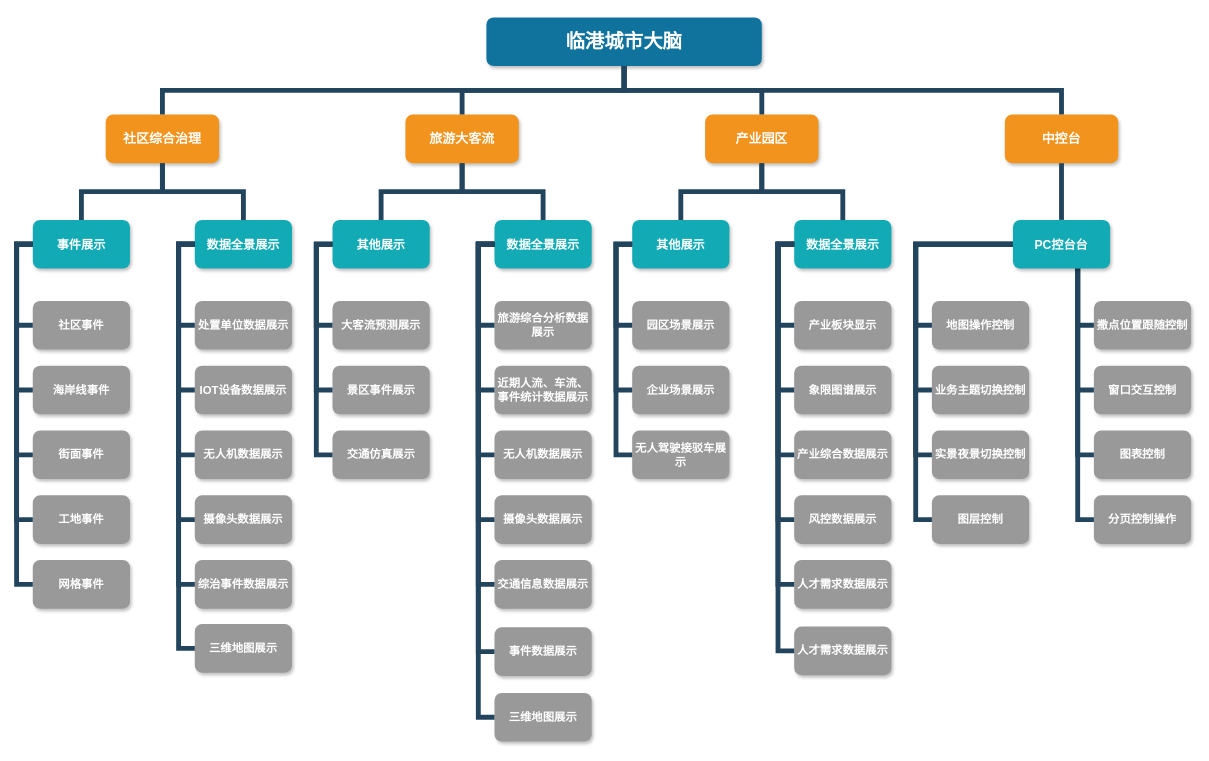
The draw.io diagram Lingang structure.drawio in DeanTuYu/DrawIo, before the edit. Source tidied: cells renumbered, new cells numbered last; positions are measured from the earlier drawing's top-left corner, leaving out a move shared by most shapes. Both pictures are drawn from the tidied source at 81%, with x=0, y=0 at pixel (16, 17).
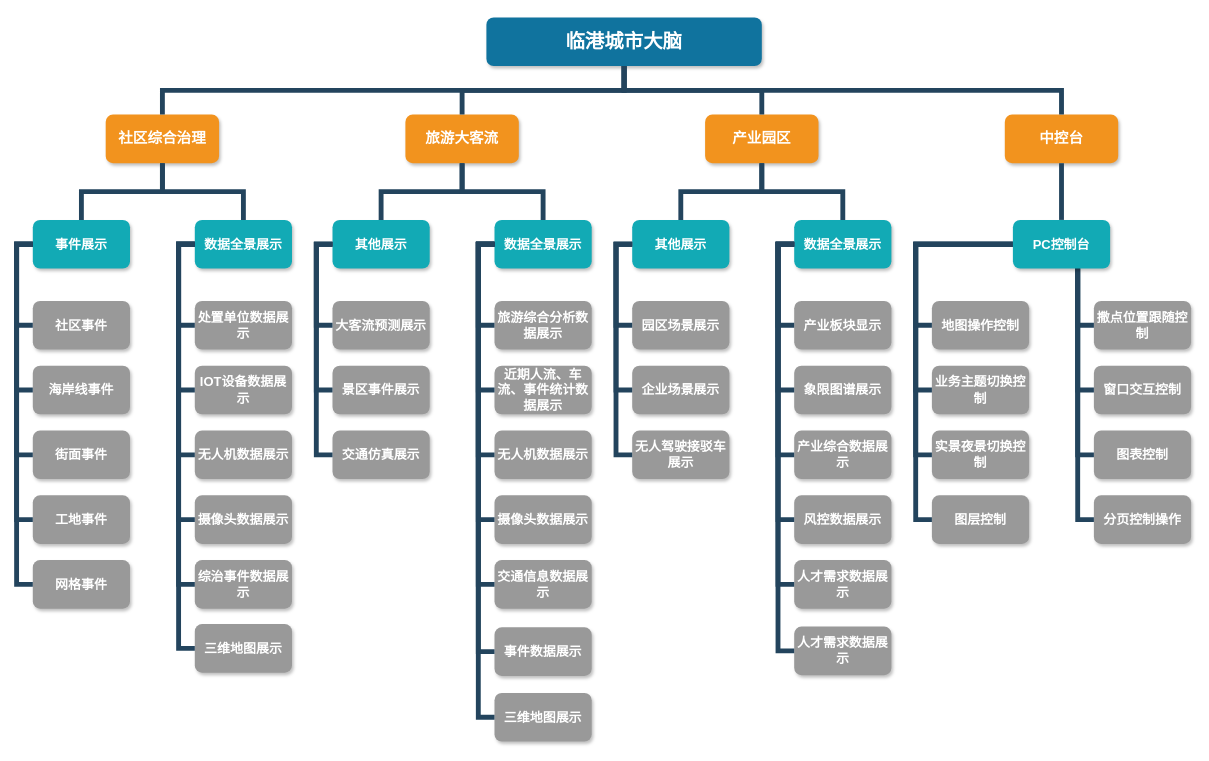
The same page after the edit.

The edit, as a diff of the source:
```diff
@@
-    <mxCell id="3" value="社区综合治理" style="whiteSpace=wrap;rounded=1;fillColor=#F2931E;strokeColor=none;shadow=1;fontColor=#FFFFFF;fontStyle=1;fontSize=16;strokeWidth=6;" parent="1" vertex="1">
+    <mxCell id="3" value="社区综合治理" style="whiteSpace=wrap;rounded=1;fillColor=#F2931E;strokeColor=none;shadow=1;fontColor=#FFFFFF;fontStyle=1;fontSize=18;strokeWidth=6;" parent="1" vertex="1">
       <mxGeometry x="110" y="120" width="140" height="60" as="geometry" />
     </mxCell>
-    <mxCell id="4" value="旅游大客流" style="whiteSpace=wrap;rounded=1;fillColor=#F2931E;strokeColor=none;shadow=1;fontColor=#FFFFFF;fontStyle=1;fontSize=16;strokeWidth=6;" parent="1" vertex="1">
+    <mxCell id="4" value="旅游大客流" style="whiteSpace=wrap;rounded=1;fillColor=#F2931E;strokeColor=none;shadow=1;fontColor=#FFFFFF;fontStyle=1;fontSize=18;strokeWidth=6;" parent="1" vertex="1">
       <mxGeometry x="480" y="120" width="140" height="60" as="geometry" />
     </mxCell>
-    <mxCell id="5" value="产业园区" style="whiteSpace=wrap;rounded=1;fillColor=#F2931E;strokeColor=none;shadow=1;fontColor=#FFFFFF;fontStyle=1;fontSize=16;strokeWidth=6;" parent="1" vertex="1">
+    <mxCell id="5" value="产业园区" style="whiteSpace=wrap;rounded=1;fillColor=#F2931E;strokeColor=none;shadow=1;fontColor=#FFFFFF;fontStyle=1;fontSize=18;strokeWidth=6;" parent="1" vertex="1">
       <mxGeometry x="850" y="120" width="140" height="60" as="geometry" />
     </mxCell>
-    <mxCell id="6" value="中控台" style="whiteSpace=wrap;rounded=1;fillColor=#F2931E;strokeColor=none;shadow=1;fontColor=#FFFFFF;fontStyle=1;fontSize=16;strokeWidth=6;" parent="1" vertex="1">
+    <mxCell id="6" value="中控台" style="whiteSpace=wrap;rounded=1;fillColor=#F2931E;strokeColor=none;shadow=1;fontColor=#FFFFFF;fontStyle=1;fontSize=18;strokeWidth=6;" parent="1" vertex="1">
       <mxGeometry x="1220" y="120" width="140" height="60" as="geometry" />
     </mxCell>
-    <mxCell id="7" value="事件展示" style="whiteSpace=wrap;rounded=1;fillColor=#12AAB5;strokeColor=none;shadow=1;fontColor=#FFFFFF;strokeWidth=8;fontSize=15;fontStyle=1;" parent="1" vertex="1">
+    <mxCell id="7" value="事件展示" style="whiteSpace=wrap;rounded=1;fillColor=#12AAB5;strokeColor=none;shadow=1;fontColor=#FFFFFF;strokeWidth=8;fontSize=16;fontStyle=1;" parent="1" vertex="1">
       <mxGeometry x="20" y="250" width="120" height="60" as="geometry" />
     </mxCell>
-    <mxCell id="8" value="数据全景展示" style="whiteSpace=wrap;rounded=1;fillColor=#12AAB5;strokeColor=none;shadow=1;fontColor=#FFFFFF;strokeWidth=6;fontStyle=1;fontSize=15;" parent="1" vertex="1">
+    <mxCell id="8" value="数据全景展示" style="whiteSpace=wrap;rounded=1;fillColor=#12AAB5;strokeColor=none;shadow=1;fontColor=#FFFFFF;strokeWidth=6;fontStyle=1;fontSize=16;" parent="1" vertex="1">
       <mxGeometry x="220" y="250" width="120" height="60" as="geometry" />
     </mxCell>
-    <mxCell id="9" value="社区事件" style="whiteSpace=wrap;rounded=1;fillColor=#999999;strokeColor=none;shadow=1;fontColor=#FFFFFF;fontStyle=1;strokeWidth=8;fontSize=14;" parent="1" vertex="1">
+    <mxCell id="9" value="社区事件" style="whiteSpace=wrap;rounded=1;fillColor=#999999;strokeColor=none;shadow=1;fontColor=#FFFFFF;fontStyle=1;strokeWidth=8;fontSize=16;" parent="1" vertex="1">
       <mxGeometry x="20" y="350" width="120" height="60" as="geometry" />
     </mxCell>
-    <mxCell id="10" value="海岸线事件" style="whiteSpace=wrap;rounded=1;fillColor=#999999;strokeColor=none;shadow=1;fontColor=#FFFFFF;fontStyle=1;strokeWidth=8;fontSize=14;" parent="1" vertex="1">
+    <mxCell id="10" value="海岸线事件" style="whiteSpace=wrap;rounded=1;fillColor=#999999;strokeColor=none;shadow=1;fontColor=#FFFFFF;fontStyle=1;strokeWidth=8;fontSize=16;" parent="1" vertex="1">
       <mxGeometry x="20" y="430" width="120" height="60" as="geometry" />
     </mxCell>
-    <mxCell id="11" value="街面事件" style="whiteSpace=wrap;rounded=1;fillColor=#999999;strokeColor=none;shadow=1;fontColor=#FFFFFF;fontStyle=1;strokeWidth=8;fontSize=14;" parent="1" vertex="1">
+    <mxCell id="11" value="街面事件" style="whiteSpace=wrap;rounded=1;fillColor=#999999;strokeColor=none;shadow=1;fontColor=#FFFFFF;fontStyle=1;strokeWidth=8;fontSize=16;" parent="1" vertex="1">
       <mxGeometry x="20" y="510" width="120" height="60" as="geometry" />
     </mxCell>
-    <mxCell id="12" value="工地事件" style="whiteSpace=wrap;rounded=1;fillColor=#999999;strokeColor=none;shadow=1;fontColor=#FFFFFF;fontStyle=1;strokeWidth=8;fontSize=14;" parent="1" vertex="1">
+    <mxCell id="12" value="工地事件" style="whiteSpace=wrap;rounded=1;fillColor=#999999;strokeColor=none;shadow=1;fontColor=#FFFFFF;fontStyle=1;strokeWidth=8;fontSize=16;" parent="1" vertex="1">
       <mxGeometry x="20" y="590" width="120" height="60" as="geometry" />
     </mxCell>
-    <mxCell id="13" value="网格事件" style="whiteSpace=wrap;rounded=1;fillColor=#999999;strokeColor=none;shadow=1;fontColor=#FFFFFF;fontStyle=1;strokeWidth=8;fontSize=14;" parent="1" vertex="1">
+    <mxCell id="13" value="网格事件" style="whiteSpace=wrap;rounded=1;fillColor=#999999;strokeColor=none;shadow=1;fontColor=#FFFFFF;fontStyle=1;strokeWidth=8;fontSize=16;" parent="1" vertex="1">
       <mxGeometry x="20" y="670" width="120" height="60" as="geometry" />
     </mxCell>
-    <mxCell id="14" value="处置单位数据展示" style="whiteSpace=wrap;rounded=1;fillColor=#999999;strokeColor=none;shadow=1;fontColor=#FFFFFF;fontStyle=1;strokeWidth=6;fontSize=14;" parent="1" vertex="1">
+    <mxCell id="14" value="处置单位数据展示" style="whiteSpace=wrap;rounded=1;fillColor=#999999;strokeColor=none;shadow=1;fontColor=#FFFFFF;fontStyle=1;strokeWidth=6;fontSize=16;" parent="1" vertex="1">
       <mxGeometry x="220" y="350" width="120" height="60" as="geometry" />
     </mxCell>
-    <mxCell id="15" value="IOT设备数据展示" style="whiteSpace=wrap;rounded=1;fillColor=#999999;strokeColor=none;shadow=1;fontColor=#FFFFFF;fontStyle=1;strokeWidth=6;fontSize=14;" parent="1" vertex="1">
+    <mxCell id="15" value="IOT设备数据展示" style="whiteSpace=wrap;rounded=1;fillColor=#999999;strokeColor=none;shadow=1;fontColor=#FFFFFF;fontStyle=1;strokeWidth=6;fontSize=16;" parent="1" vertex="1">
       <mxGeometry x="220" y="430" width="120" height="60" as="geometry" />
     </mxCell>
-    <mxCell id="16" value="无人机数据展示" style="whiteSpace=wrap;rounded=1;fillColor=#999999;strokeColor=none;shadow=1;fontColor=#FFFFFF;fontStyle=1;strokeWidth=6;fontSize=14;" parent="1" vertex="1">
+    <mxCell id="16" value="无人机数据展示" style="whiteSpace=wrap;rounded=1;fillColor=#999999;strokeColor=none;shadow=1;fontColor=#FFFFFF;fontStyle=1;strokeWidth=6;fontSize=16;" parent="1" vertex="1">
       <mxGeometry x="220" y="510" width="120" height="60" as="geometry" />
     </mxCell>
-    <mxCell id="17" value="摄像头数据展示" style="whiteSpace=wrap;rounded=1;fillColor=#999999;strokeColor=none;shadow=1;fontColor=#FFFFFF;fontStyle=1;strokeWidth=6;fontSize=14;" parent="1" vertex="1">
+    <mxCell id="17" value="摄像头数据展示" style="whiteSpace=wrap;rounded=1;fillColor=#999999;strokeColor=none;shadow=1;fontColor=#FFFFFF;fontStyle=1;strokeWidth=6;fontSize=16;" parent="1" vertex="1">
       <mxGeometry x="220" y="590" width="120" height="60" as="geometry" />
     </mxCell>
-    <mxCell id="18" value="综治事件数据展示" style="whiteSpace=wrap;rounded=1;fillColor=#999999;strokeColor=none;shadow=1;fontColor=#FFFFFF;fontStyle=1;strokeWidth=6;fontSize=14;" parent="1" vertex="1">
+    <mxCell id="18" value="综治事件数据展示" style="whiteSpace=wrap;rounded=1;fillColor=#999999;strokeColor=none;shadow=1;fontColor=#FFFFFF;fontStyle=1;strokeWidth=6;fontSize=16;" parent="1" vertex="1">
       <mxGeometry x="220" y="670" width="120" height="60" as="geometry" />
     </mxCell>
-    <mxCell id="19" value="三维地图展示" style="whiteSpace=wrap;rounded=1;fillColor=#999999;strokeColor=none;shadow=1;fontColor=#FFFFFF;fontStyle=1;strokeWidth=6;fontSize=14;" parent="1" vertex="1">
+    <mxCell id="19" value="三维地图展示" style="whiteSpace=wrap;rounded=1;fillColor=#999999;strokeColor=none;shadow=1;fontColor=#FFFFFF;fontStyle=1;strokeWidth=6;fontSize=16;" parent="1" vertex="1">
       <mxGeometry x="220" y="749" width="120" height="60" as="geometry" />
     </mxCell>
@@
-    <mxCell id="32" value="其他展示" style="whiteSpace=wrap;rounded=1;fillColor=#12AAB5;strokeColor=none;shadow=1;fontColor=#FFFFFF;strokeWidth=6;fontStyle=1;fontSize=15;" parent="1" vertex="1">
+    <mxCell id="32" value="其他展示" style="whiteSpace=wrap;rounded=1;fillColor=#12AAB5;strokeColor=none;shadow=1;fontColor=#FFFFFF;strokeWidth=6;fontStyle=1;fontSize=16;" parent="1" vertex="1">
       <mxGeometry x="390" y="250" width="120" height="60" as="geometry" />
     </mxCell>
-    <mxCell id="33" value="数据全景展示" style="whiteSpace=wrap;rounded=1;fillColor=#12AAB5;strokeColor=none;shadow=1;fontColor=#FFFFFF;strokeWidth=6;fontStyle=1;fontSize=15;" parent="1" vertex="1">
+    <mxCell id="33" value="数据全景展示" style="whiteSpace=wrap;rounded=1;fillColor=#12AAB5;strokeColor=none;shadow=1;fontColor=#FFFFFF;strokeWidth=6;fontStyle=1;fontSize=16;" parent="1" vertex="1">
       <mxGeometry x="590" y="250" width="120" height="60" as="geometry" />
     </mxCell>
-    <mxCell id="34" value="大客流预测展示" style="whiteSpace=wrap;rounded=1;fillColor=#999999;strokeColor=none;shadow=1;fontColor=#FFFFFF;fontStyle=1;strokeWidth=6;fontSize=14;" parent="1" vertex="1">
+    <mxCell id="34" value="大客流预测展示" style="whiteSpace=wrap;rounded=1;fillColor=#999999;strokeColor=none;shadow=1;fontColor=#FFFFFF;fontStyle=1;strokeWidth=6;fontSize=16;" parent="1" vertex="1">
       <mxGeometry x="390" y="350" width="120" height="60" as="geometry" />
     </mxCell>
-    <mxCell id="35" value="景区事件展示" style="whiteSpace=wrap;rounded=1;fillColor=#999999;strokeColor=none;shadow=1;fontColor=#FFFFFF;fontStyle=1;strokeWidth=6;fontSize=14;" parent="1" vertex="1">
+    <mxCell id="35" value="景区事件展示" style="whiteSpace=wrap;rounded=1;fillColor=#999999;strokeColor=none;shadow=1;fontColor=#FFFFFF;fontStyle=1;strokeWidth=6;fontSize=16;" parent="1" vertex="1">
       <mxGeometry x="390" y="430" width="120" height="60" as="geometry" />
     </mxCell>
-    <mxCell id="36" value="交通仿真展示" style="whiteSpace=wrap;rounded=1;fillColor=#999999;strokeColor=none;shadow=1;fontColor=#FFFFFF;fontStyle=1;strokeWidth=6;fontSize=14;" parent="1" vertex="1">
+    <mxCell id="36" value="交通仿真展示" style="whiteSpace=wrap;rounded=1;fillColor=#999999;strokeColor=none;shadow=1;fontColor=#FFFFFF;fontStyle=1;strokeWidth=6;fontSize=16;" parent="1" vertex="1">
       <mxGeometry x="390" y="510" width="120" height="60" as="geometry" />
     </mxCell>
-    <mxCell id="37" value="旅游综合分析数据展示" style="whiteSpace=wrap;rounded=1;fillColor=#999999;strokeColor=none;shadow=1;fontColor=#FFFFFF;fontStyle=1;strokeWidth=6;fontSize=14;" parent="1" vertex="1">
+    <mxCell id="37" value="旅游综合分析数据展示" style="whiteSpace=wrap;rounded=1;fillColor=#999999;strokeColor=none;shadow=1;fontColor=#FFFFFF;fontStyle=1;strokeWidth=6;fontSize=16;" parent="1" vertex="1">
       <mxGeometry x="590" y="350" width="120" height="60" as="geometry" />
     </mxCell>
-    <mxCell id="38" value="近期人流、车流、事件统计数据展示" style="whiteSpace=wrap;rounded=1;fillColor=#999999;strokeColor=none;shadow=1;fontColor=#FFFFFF;fontStyle=1;strokeWidth=6;fontSize=14;" parent="1" vertex="1">
+    <mxCell id="38" value="近期人流、车流、事件统计数据展示" style="whiteSpace=wrap;rounded=1;fillColor=#999999;strokeColor=none;shadow=1;fontColor=#FFFFFF;fontStyle=1;strokeWidth=6;fontSize=16;" parent="1" vertex="1">
       <mxGeometry x="590" y="430" width="120" height="60" as="geometry" />
     </mxCell>
-    <mxCell id="39" value="无人机数据展示" style="whiteSpace=wrap;rounded=1;fillColor=#999999;strokeColor=none;shadow=1;fontColor=#FFFFFF;fontStyle=1;strokeWidth=6;fontSize=14;" parent="1" vertex="1">
+    <mxCell id="39" value="无人机数据展示" style="whiteSpace=wrap;rounded=1;fillColor=#999999;strokeColor=none;shadow=1;fontColor=#FFFFFF;fontStyle=1;strokeWidth=6;fontSize=16;" parent="1" vertex="1">
       <mxGeometry x="590" y="510" width="120" height="60" as="geometry" />
     </mxCell>
-    <mxCell id="40" value="摄像头数据展示" style="whiteSpace=wrap;rounded=1;fillColor=#999999;strokeColor=none;shadow=1;fontColor=#FFFFFF;fontStyle=1;strokeWidth=6;fontSize=14;" parent="1" vertex="1">
+    <mxCell id="40" value="摄像头数据展示" style="whiteSpace=wrap;rounded=1;fillColor=#999999;strokeColor=none;shadow=1;fontColor=#FFFFFF;fontStyle=1;strokeWidth=6;fontSize=16;" parent="1" vertex="1">
       <mxGeometry x="590" y="590" width="120" height="60" as="geometry" />
     </mxCell>
-    <mxCell id="41" value="交通信息数据展示" style="whiteSpace=wrap;rounded=1;fillColor=#999999;strokeColor=none;shadow=1;fontColor=#FFFFFF;fontStyle=1;strokeWidth=6;fontSize=14;" parent="1" vertex="1">
+    <mxCell id="41" value="交通信息数据展示" style="whiteSpace=wrap;rounded=1;fillColor=#999999;strokeColor=none;shadow=1;fontColor=#FFFFFF;fontStyle=1;strokeWidth=6;fontSize=16;" parent="1" vertex="1">
       <mxGeometry x="590" y="670" width="120" height="60" as="geometry" />
     </mxCell>
-    <mxCell id="42" value="事件数据展示" style="whiteSpace=wrap;rounded=1;fillColor=#999999;strokeColor=none;shadow=1;fontColor=#FFFFFF;fontStyle=1;strokeWidth=6;fontSize=14;" parent="1" vertex="1">
+    <mxCell id="42" value="事件数据展示" style="whiteSpace=wrap;rounded=1;fillColor=#999999;strokeColor=none;shadow=1;fontColor=#FFFFFF;fontStyle=1;strokeWidth=6;fontSize=16;" parent="1" vertex="1">
       <mxGeometry x="590" y="753" width="120" height="60" as="geometry" />
     </mxCell>
-    <mxCell id="43" value="三维地图展示" style="whiteSpace=wrap;rounded=1;fillColor=#999999;strokeColor=none;shadow=1;fontColor=#FFFFFF;fontStyle=1;strokeWidth=6;fontSize=14;" parent="1" vertex="1">
+    <mxCell id="43" value="三维地图展示" style="whiteSpace=wrap;rounded=1;fillColor=#999999;strokeColor=none;shadow=1;fontColor=#FFFFFF;fontStyle=1;strokeWidth=6;fontSize=16;" parent="1" vertex="1">
       <mxGeometry x="590" y="834" width="120" height="60" as="geometry" />
     </mxCell>
@@
-    <mxCell id="52" value="其他展示" style="whiteSpace=wrap;rounded=1;fillColor=#12AAB5;strokeColor=none;shadow=1;fontColor=#FFFFFF;strokeWidth=6;fontSize=15;fontStyle=1;" parent="1" vertex="1">
+    <mxCell id="52" value="其他展示" style="whiteSpace=wrap;rounded=1;fillColor=#12AAB5;strokeColor=none;shadow=1;fontColor=#FFFFFF;strokeWidth=6;fontSize=16;fontStyle=1;" parent="1" vertex="1">
       <mxGeometry x="760" y="250" width="120" height="60" as="geometry" />
     </mxCell>
-    <mxCell id="53" value="数据全景展示" style="whiteSpace=wrap;rounded=1;fillColor=#12AAB5;strokeColor=none;shadow=1;fontColor=#FFFFFF;strokeWidth=6;fontSize=15;fontStyle=1;" parent="1" vertex="1">
+    <mxCell id="53" value="数据全景展示" style="whiteSpace=wrap;rounded=1;fillColor=#12AAB5;strokeColor=none;shadow=1;fontColor=#FFFFFF;strokeWidth=6;fontSize=16;fontStyle=1;" parent="1" vertex="1">
       <mxGeometry x="960" y="250" width="120" height="60" as="geometry" />
     </mxCell>
-    <mxCell id="54" value="园区场景展示" style="whiteSpace=wrap;rounded=1;fillColor=#999999;strokeColor=none;shadow=1;fontColor=#FFFFFF;fontStyle=1;strokeWidth=6;fontSize=14;" parent="1" vertex="1">
+    <mxCell id="54" value="园区场景展示" style="whiteSpace=wrap;rounded=1;fillColor=#999999;strokeColor=none;shadow=1;fontColor=#FFFFFF;fontStyle=1;strokeWidth=6;fontSize=16;" parent="1" vertex="1">
       <mxGeometry x="760" y="350" width="120" height="60" as="geometry" />
     </mxCell>
-    <mxCell id="55" value="企业场景展示" style="whiteSpace=wrap;rounded=1;fillColor=#999999;strokeColor=none;shadow=1;fontColor=#FFFFFF;fontStyle=1;strokeWidth=6;fontSize=14;" parent="1" vertex="1">
+    <mxCell id="55" value="企业场景展示" style="whiteSpace=wrap;rounded=1;fillColor=#999999;strokeColor=none;shadow=1;fontColor=#FFFFFF;fontStyle=1;strokeWidth=6;fontSize=16;" parent="1" vertex="1">
       <mxGeometry x="760" y="430" width="120" height="60" as="geometry" />
     </mxCell>
-    <mxCell id="56" value="无人驾驶接驳车展示" style="whiteSpace=wrap;rounded=1;fillColor=#999999;strokeColor=none;shadow=1;fontColor=#FFFFFF;fontStyle=1;strokeWidth=6;fontSize=14;" parent="1" vertex="1">
+    <mxCell id="56" value="无人驾驶接驳车展示" style="whiteSpace=wrap;rounded=1;fillColor=#999999;strokeColor=none;shadow=1;fontColor=#FFFFFF;fontStyle=1;strokeWidth=6;fontSize=16;" parent="1" vertex="1">
       <mxGeometry x="760" y="510" width="120" height="60" as="geometry" />
     </mxCell>
-    <mxCell id="57" value="产业板块显示" style="whiteSpace=wrap;rounded=1;fillColor=#999999;strokeColor=none;shadow=1;fontColor=#FFFFFF;fontStyle=1;strokeWidth=6;fontSize=14;" parent="1" vertex="1">
+    <mxCell id="57" value="产业板块显示" style="whiteSpace=wrap;rounded=1;fillColor=#999999;strokeColor=none;shadow=1;fontColor=#FFFFFF;fontStyle=1;strokeWidth=6;fontSize=16;" parent="1" vertex="1">
       <mxGeometry x="960" y="350" width="120" height="60" as="geometry" />
     </mxCell>
-    <mxCell id="58" value="象限图谱展示" style="whiteSpace=wrap;rounded=1;fillColor=#999999;strokeColor=none;shadow=1;fontColor=#FFFFFF;fontStyle=1;strokeWidth=6;fontSize=14;" parent="1" vertex="1">
+    <mxCell id="58" value="象限图谱展示" style="whiteSpace=wrap;rounded=1;fillColor=#999999;strokeColor=none;shadow=1;fontColor=#FFFFFF;fontStyle=1;strokeWidth=6;fontSize=16;" parent="1" vertex="1">
       <mxGeometry x="960" y="430" width="120" height="60" as="geometry" />
     </mxCell>
-    <mxCell id="59" value="产业综合数据展示" style="whiteSpace=wrap;rounded=1;fillColor=#999999;strokeColor=none;shadow=1;fontColor=#FFFFFF;fontStyle=1;strokeWidth=6;fontSize=14;" parent="1" vertex="1">
+    <mxCell id="59" value="产业综合数据展示" style="whiteSpace=wrap;rounded=1;fillColor=#999999;strokeColor=none;shadow=1;fontColor=#FFFFFF;fontStyle=1;strokeWidth=6;fontSize=16;" parent="1" vertex="1">
       <mxGeometry x="960" y="510" width="120" height="60" as="geometry" />
     </mxCell>
-    <mxCell id="60" value="风控数据展示" style="whiteSpace=wrap;rounded=1;fillColor=#999999;strokeColor=none;shadow=1;fontColor=#FFFFFF;fontStyle=1;strokeWidth=6;fontSize=14;" parent="1" vertex="1">
+    <mxCell id="60" value="风控数据展示" style="whiteSpace=wrap;rounded=1;fillColor=#999999;strokeColor=none;shadow=1;fontColor=#FFFFFF;fontStyle=1;strokeWidth=6;fontSize=16;" parent="1" vertex="1">
       <mxGeometry x="960" y="590" width="120" height="60" as="geometry" />
     </mxCell>
-    <mxCell id="61" value="人才需求数据展示" style="whiteSpace=wrap;rounded=1;fillColor=#999999;strokeColor=none;shadow=1;fontColor=#FFFFFF;fontStyle=1;strokeWidth=6;fontSize=14;" parent="1" vertex="1">
+    <mxCell id="61" value="人才需求数据展示" style="whiteSpace=wrap;rounded=1;fillColor=#999999;strokeColor=none;shadow=1;fontColor=#FFFFFF;fontStyle=1;strokeWidth=6;fontSize=16;" parent="1" vertex="1">
       <mxGeometry x="960" y="670" width="120" height="60" as="geometry" />
     </mxCell>
-    <mxCell id="62" value="人才需求数据展示" style="whiteSpace=wrap;rounded=1;fillColor=#999999;strokeColor=none;shadow=1;fontColor=#FFFFFF;fontStyle=1;strokeWidth=6;fontSize=14;" parent="1" vertex="1">
+    <mxCell id="62" value="人才需求数据展示" style="whiteSpace=wrap;rounded=1;fillColor=#999999;strokeColor=none;shadow=1;fontColor=#FFFFFF;fontStyle=1;strokeWidth=6;fontSize=16;" parent="1" vertex="1">
       <mxGeometry x="960" y="752" width="120" height="60" as="geometry" />
     </mxCell>
@@
-    <mxCell id="71" value="地图操作控制" style="whiteSpace=wrap;rounded=1;fillColor=#999999;strokeColor=none;shadow=1;fontColor=#FFFFFF;fontStyle=1;strokeWidth=6;fontSize=14;" parent="1" vertex="1">
+    <mxCell id="71" value="地图操作控制" style="whiteSpace=wrap;rounded=1;fillColor=#999999;strokeColor=none;shadow=1;fontColor=#FFFFFF;fontStyle=1;strokeWidth=6;fontSize=16;" parent="1" vertex="1">
       <mxGeometry x="1130" y="350" width="120" height="60" as="geometry" />
     </mxCell>
-    <mxCell id="72" value="业务主题切换控制" style="whiteSpace=wrap;rounded=1;fillColor=#999999;strokeColor=none;shadow=1;fontColor=#FFFFFF;fontStyle=1;strokeWidth=6;fontSize=14;" parent="1" vertex="1">
+    <mxCell id="72" value="业务主题切换控制" style="whiteSpace=wrap;rounded=1;fillColor=#999999;strokeColor=none;shadow=1;fontColor=#FFFFFF;fontStyle=1;strokeWidth=6;fontSize=16;" parent="1" vertex="1">
       <mxGeometry x="1130" y="430" width="120" height="60" as="geometry" />
     </mxCell>
-    <mxCell id="73" value="实景夜景切换控制" style="whiteSpace=wrap;rounded=1;fillColor=#999999;strokeColor=none;shadow=1;fontColor=#FFFFFF;fontStyle=1;strokeWidth=6;fontSize=14;" parent="1" vertex="1">
+    <mxCell id="73" value="实景夜景切换控制" style="whiteSpace=wrap;rounded=1;fillColor=#999999;strokeColor=none;shadow=1;fontColor=#FFFFFF;fontStyle=1;strokeWidth=6;fontSize=16;" parent="1" vertex="1">
       <mxGeometry x="1130" y="510" width="120" height="60" as="geometry" />
     </mxCell>
-    <mxCell id="74" value="图层控制" style="whiteSpace=wrap;rounded=1;fillColor=#999999;strokeColor=none;shadow=1;fontColor=#FFFFFF;fontStyle=1;strokeWidth=6;fontSize=14;" parent="1" vertex="1">
+    <mxCell id="74" value="图层控制" style="whiteSpace=wrap;rounded=1;fillColor=#999999;strokeColor=none;shadow=1;fontColor=#FFFFFF;fontStyle=1;strokeWidth=6;fontSize=16;" parent="1" vertex="1">
       <mxGeometry x="1130" y="590" width="120" height="60" as="geometry" />
     </mxCell>
-    <mxCell id="75" value="撒点位置跟随控制" style="whiteSpace=wrap;rounded=1;fillColor=#999999;strokeColor=none;shadow=1;fontColor=#FFFFFF;fontStyle=1;strokeWidth=6;fontSize=14;" parent="1" vertex="1">
+    <mxCell id="75" value="撒点位置跟随控制" style="whiteSpace=wrap;rounded=1;fillColor=#999999;strokeColor=none;shadow=1;fontColor=#FFFFFF;fontStyle=1;strokeWidth=6;fontSize=16;" parent="1" vertex="1">
       <mxGeometry x="1330" y="350" width="120" height="60" as="geometry" />
     </mxCell>
-    <mxCell id="76" value="窗口交互控制" style="whiteSpace=wrap;rounded=1;fillColor=#999999;strokeColor=none;shadow=1;fontColor=#FFFFFF;fontStyle=1;strokeWidth=6;fontSize=14;" parent="1" vertex="1">
+    <mxCell id="76" value="窗口交互控制" style="whiteSpace=wrap;rounded=1;fillColor=#999999;strokeColor=none;shadow=1;fontColor=#FFFFFF;fontStyle=1;strokeWidth=6;fontSize=16;" parent="1" vertex="1">
       <mxGeometry x="1330" y="430" width="120" height="60" as="geometry" />
     </mxCell>
-    <mxCell id="77" value="图表控制" style="whiteSpace=wrap;rounded=1;fillColor=#999999;strokeColor=none;shadow=1;fontColor=#FFFFFF;fontStyle=1;strokeWidth=6;fontSize=14;" parent="1" vertex="1">
+    <mxCell id="77" value="图表控制" style="whiteSpace=wrap;rounded=1;fillColor=#999999;strokeColor=none;shadow=1;fontColor=#FFFFFF;fontStyle=1;strokeWidth=6;fontSize=16;" parent="1" vertex="1">
       <mxGeometry x="1330" y="510" width="120" height="60" as="geometry" />
     </mxCell>
-    <mxCell id="78" value="分页控制操作" style="whiteSpace=wrap;rounded=1;fillColor=#999999;strokeColor=none;shadow=1;fontColor=#FFFFFF;fontStyle=1;strokeWidth=6;fontSize=14;" parent="1" vertex="1">
+    <mxCell id="78" value="分页控制操作" style="whiteSpace=wrap;rounded=1;fillColor=#999999;strokeColor=none;shadow=1;fontColor=#FFFFFF;fontStyle=1;strokeWidth=6;fontSize=16;" parent="1" vertex="1">
       <mxGeometry x="1330" y="590" width="120" height="60" as="geometry" />
     </mxCell>
@@
-    <mxCell id="100" value="PC控台台" style="whiteSpace=wrap;rounded=1;fillColor=#12AAB5;strokeColor=none;shadow=1;fontColor=#FFFFFF;strokeWidth=6;fontSize=15;fontStyle=1;" parent="1" vertex="1">
+    <mxCell id="100" value="PC控制台" style="whiteSpace=wrap;rounded=1;fillColor=#12AAB5;strokeColor=none;shadow=1;fontColor=#FFFFFF;strokeWidth=6;fontSize=16;fontStyle=1;" parent="1" vertex="1">
       <mxGeometry x="1230" y="250" width="120" height="60" as="geometry" />
     </mxCell>
```
